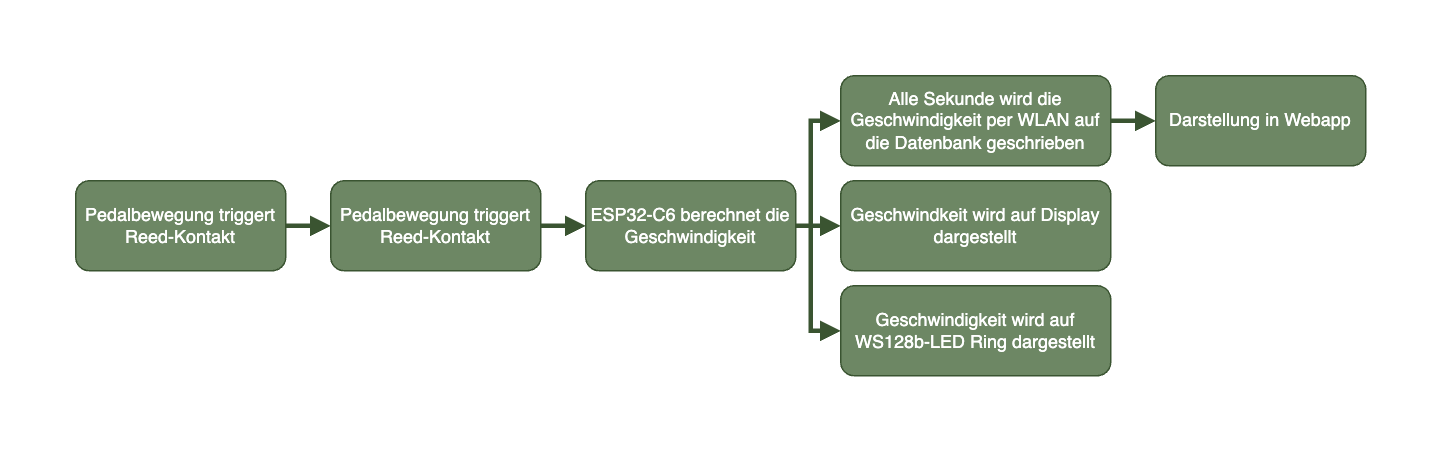
The draw.io diagram documentation/ressources/Flowdiagramm.png in Dagi99/IM4_ProVelo, before a commit. Source tidied: cells renumbered, new cells last; positions are measured from the earlier drawing's top-left corner, leaving out a move shared by most shapes. Its diagram source:
```xml
<mxGraphModel>
  <root>
    <mxCell id="0" />
    <mxCell id="1" parent="0" />
    <mxCell id="2" value="Pedalbewegung triggert Reed-Kontakt" style="rounded=1;whiteSpace=wrap;html=1;fillColor=#6d8764;fontColor=#ffffff;strokeColor=#3A5431;" parent="1" vertex="1">
      <mxGeometry y="70" width="140" height="60" as="geometry" />
    </mxCell>
    <mxCell id="3" value="Pedalbewegung triggert Reed-Kontakt" style="rounded=1;whiteSpace=wrap;html=1;fillColor=#6d8764;fontColor=#ffffff;strokeColor=#3A5431;" parent="1" vertex="1">
      <mxGeometry x="170" y="70" width="140" height="60" as="geometry" />
    </mxCell>
    <mxCell id="4" value="ESP32-C6 berechnet die Geschwindigkeit" style="rounded=1;whiteSpace=wrap;html=1;fillColor=#6d8764;fontColor=#ffffff;strokeColor=#3A5431;" parent="1" vertex="1">
      <mxGeometry x="340" y="70" width="140" height="60" as="geometry" />
    </mxCell>
    <mxCell id="5" value="Alle Sekunde wird die Geschwindigkeit per WLAN auf die Datenbank geschrieben" style="rounded=1;whiteSpace=wrap;html=1;fillColor=#6d8764;fontColor=#ffffff;strokeColor=#3A5431;" parent="1" vertex="1">
      <mxGeometry x="510" width="180" height="60" as="geometry" />
    </mxCell>
    <mxCell id="6" value="Geschwindkeit wird auf Display dargestellt" style="rounded=1;whiteSpace=wrap;html=1;fillColor=#6d8764;fontColor=#ffffff;strokeColor=#3A5431;" parent="1" vertex="1">
      <mxGeometry x="510" y="70" width="180" height="60" as="geometry" />
    </mxCell>
    <mxCell id="7" value="Geschwindigkeit wird auf WS128b-LED Ring dargestellt" style="rounded=1;whiteSpace=wrap;html=1;fillColor=#6d8764;fontColor=#ffffff;strokeColor=#3A5431;" parent="1" vertex="1">
      <mxGeometry x="510" y="140" width="180" height="60" as="geometry" />
    </mxCell>
    <mxCell id="8" value="Darstellung in Webapp" style="rounded=1;whiteSpace=wrap;html=1;fillColor=#6d8764;fontColor=#ffffff;strokeColor=#3A5431;" parent="1" vertex="1">
      <mxGeometry x="720" width="140" height="60" as="geometry" />
    </mxCell>
    <mxCell id="9" style="endArrow=block;html=1;rounded=0;exitX=1;exitY=0.5;exitDx=0;exitDy=0;entryX=0;entryY=0.5;entryDx=0;entryDy=0;endFill=1;strokeWidth=3;strokeColor=#3A5431;fillColor=#6d8764;" parent="1" edge="1" source="2" target="3">
      <mxGeometry relative="1" as="geometry" />
    </mxCell>
    <mxCell id="10" style="endArrow=block;html=1;rounded=0;exitX=1;exitY=0.5;exitDx=0;exitDy=0;entryX=0;entryY=0.5;entryDx=0;entryDy=0;endFill=1;strokeWidth=3;strokeColor=#3A5431;fillColor=#6d8764;" parent="1" edge="1" source="3" target="4">
      <mxGeometry relative="1" as="geometry" />
    </mxCell>
    <mxCell id="11" style="endArrow=block;html=1;rounded=0;exitX=1;exitY=0.5;exitDx=0;exitDy=0;entryX=0;entryY=0.5;entryDx=0;entryDy=0;endFill=1;strokeWidth=3;strokeColor=#3A5431;fillColor=#6d8764;" parent="1" edge="1" source="4" target="6">
      <mxGeometry relative="1" as="geometry" />
    </mxCell>
    <mxCell id="12" style="endArrow=block;html=1;rounded=0;entryX=0;entryY=0.5;entryDx=0;entryDy=0;endFill=1;strokeWidth=3;strokeColor=#3A5431;fillColor=#6d8764;" parent="1" edge="1" target="5">
      <mxGeometry relative="1" as="geometry">
        <mxPoint x="480" y="100" as="sourcePoint" />
        <Array as="points">
          <mxPoint x="490" y="100" />
          <mxPoint x="490" y="30" />
        </Array>
      </mxGeometry>
    </mxCell>
    <mxCell id="13" style="endArrow=block;html=1;rounded=0;entryX=0;entryY=0.5;entryDx=0;entryDy=0;endFill=1;strokeWidth=3;exitX=1;exitY=0.5;exitDx=0;exitDy=0;strokeColor=#3A5431;fillColor=#6d8764;" parent="1" edge="1" source="4" target="7">
      <mxGeometry relative="1" as="geometry">
        <Array as="points">
          <mxPoint x="490" y="100" />
          <mxPoint x="490" y="170" />
        </Array>
      </mxGeometry>
    </mxCell>
    <mxCell id="14" style="endArrow=block;html=1;rounded=0;exitX=1;exitY=0.5;exitDx=0;exitDy=0;entryX=0;entryY=0.5;entryDx=0;entryDy=0;endFill=1;strokeWidth=3;strokeColor=#3A5431;fillColor=#6d8764;" parent="1" edge="1" source="5" target="8">
      <mxGeometry relative="1" as="geometry" />
    </mxCell>
  </root>
</mxGraphModel>
```
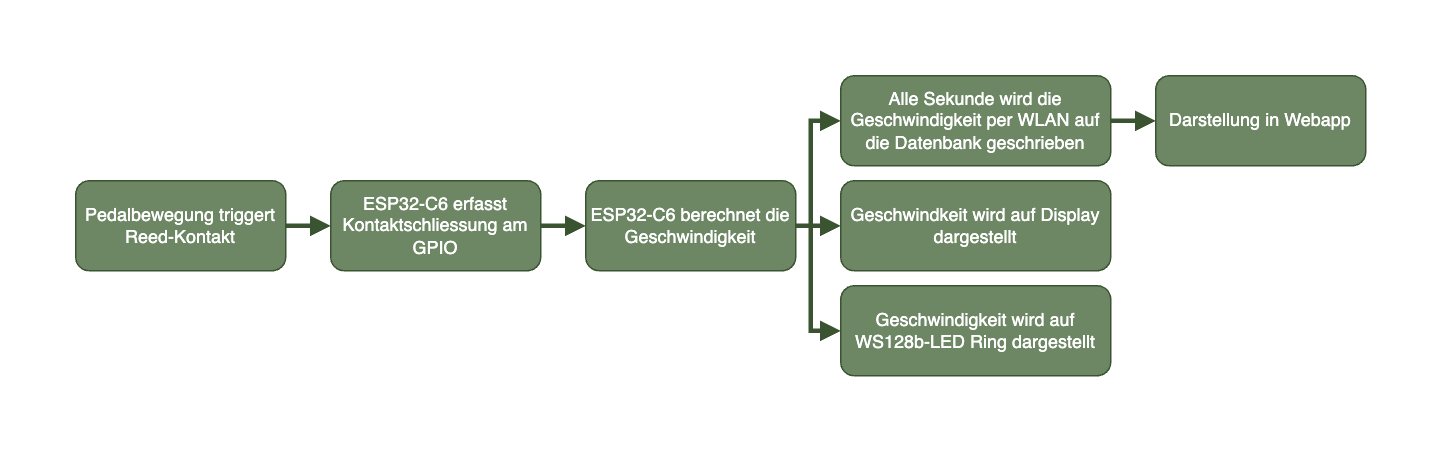
After the change.

The edit, as a diff of the source:
```diff
@@ -5,7 +5,7 @@
     <mxCell id="2" value="Pedalbewegung triggert Reed-Kontakt" style="rounded=1;whiteSpace=wrap;html=1;fillColor=#6d8764;fontColor=#ffffff;strokeColor=#3A5431;" parent="1" vertex="1">
       <mxGeometry y="70" width="140" height="60" as="geometry" />
     </mxCell>
-    <mxCell id="3" value="Pedalbewegung triggert Reed-Kontakt" style="rounded=1;whiteSpace=wrap;html=1;fillColor=#6d8764;fontColor=#ffffff;strokeColor=#3A5431;" parent="1" vertex="1">
+    <mxCell id="3" value="ESP32-C6 erfasst Kontaktschliessung am GPIO" style="rounded=1;whiteSpace=wrap;html=1;fillColor=#6d8764;fontColor=#ffffff;strokeColor=#3A5431;" parent="1" vertex="1">
       <mxGeometry x="170" y="70" width="140" height="60" as="geometry" />
     </mxCell>
     <mxCell id="4" value="ESP32-C6 berechnet die Geschwindigkeit" style="rounded=1;whiteSpace=wrap;html=1;fillColor=#6d8764;fontColor=#ffffff;strokeColor=#3A5431;" parent="1" vertex="1">
```
